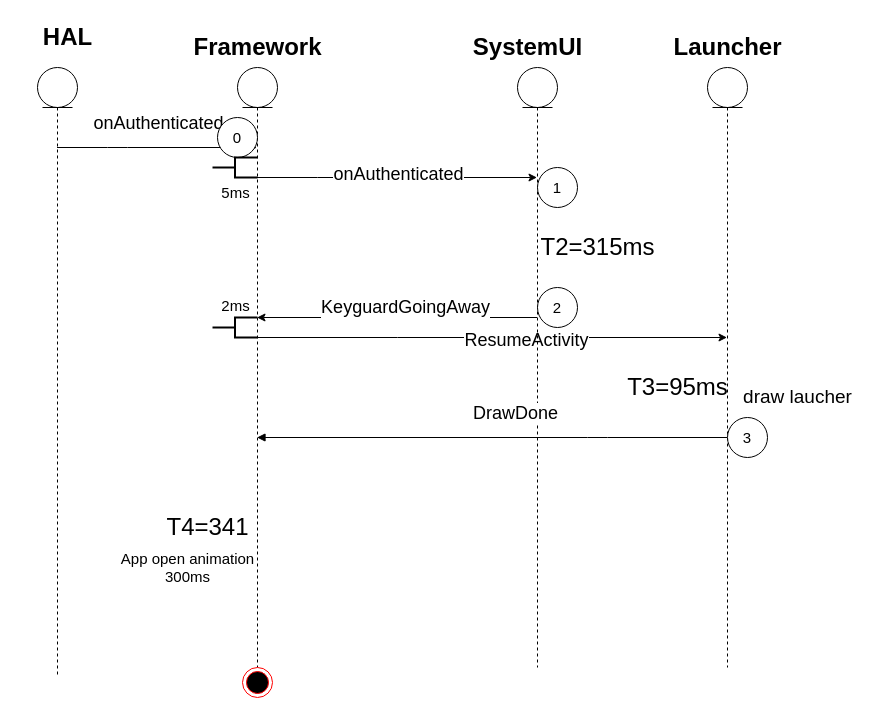
Before: Untitled Diagram.drawio in shcalm/wx_pplab, a draw.io diagram. Source tidied: cells renumbered, new cells numbered last; positions are measured from the earlier drawing's top-left corner, leaving out a move shared by most shapes. Both pictures are drawn from the tidied source at 100%, with x=0, y=0 at pixel (17, 17).
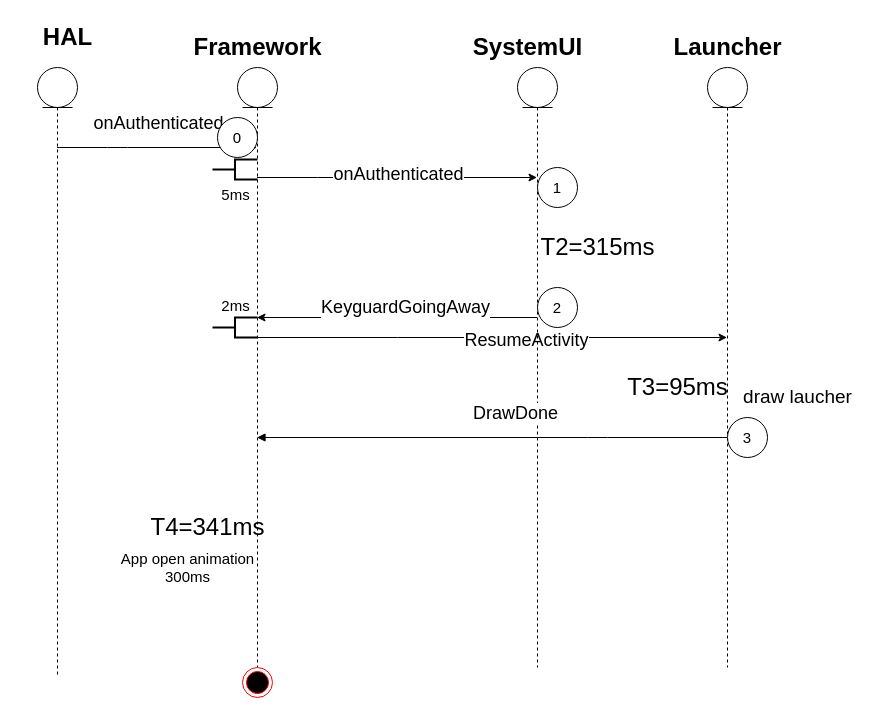
The same diagram, later.

Change to the diagram source:
```diff
@@
-    <mxCell id="27" value="T4=341" style="text;strokeColor=none;fillColor=none;html=1;fontSize=24;fontStyle=0;verticalAlign=middle;align=center;" parent="1" vertex="1">
+    <mxCell id="27" value="T4=341ms" style="text;strokeColor=none;fillColor=none;html=1;fontSize=24;fontStyle=0;verticalAlign=middle;align=center;" parent="1" vertex="1">
       <mxGeometry x="140" y="490" width="100" height="40" as="geometry" />
     </mxCell>
@@
     <mxCell id="29" value="5ms" style="strokeWidth=2;html=1;shape=mxgraph.flowchart.annotation_2;align=center;labelPosition=center;verticalLabelPosition=bottom;verticalAlign=top;fontSize=15;rotation=0;" parent="1" vertex="1">
-      <mxGeometry x="195" y="140" width="45" height="20" as="geometry" />
+      <mxGeometry x="195" y="142" width="45" height="20" as="geometry" />
     </mxCell>
```
